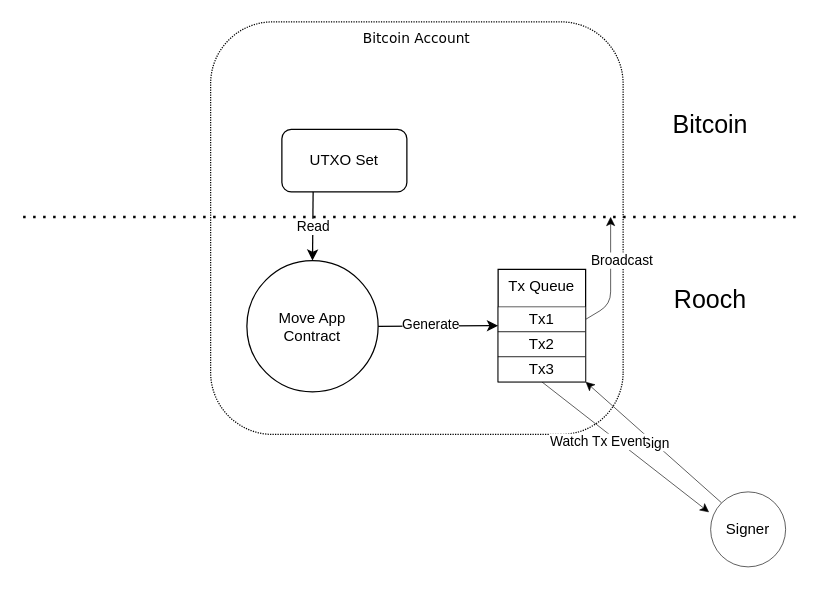
Above: page "Programmable Bitcoin account" (3 of 6) of docs/website/public/docs/bbsr.drawio in rooch-network/rooch (draw.io), before the change. Source tidied: cells renumbered, new cells numbered last; positions are measured from the earlier drawing's top-left corner, leaving out a move shared by most shapes. Both pictures are drawn from the tidied source at 125%, with x=0, y=0 at pixel (22, 21).
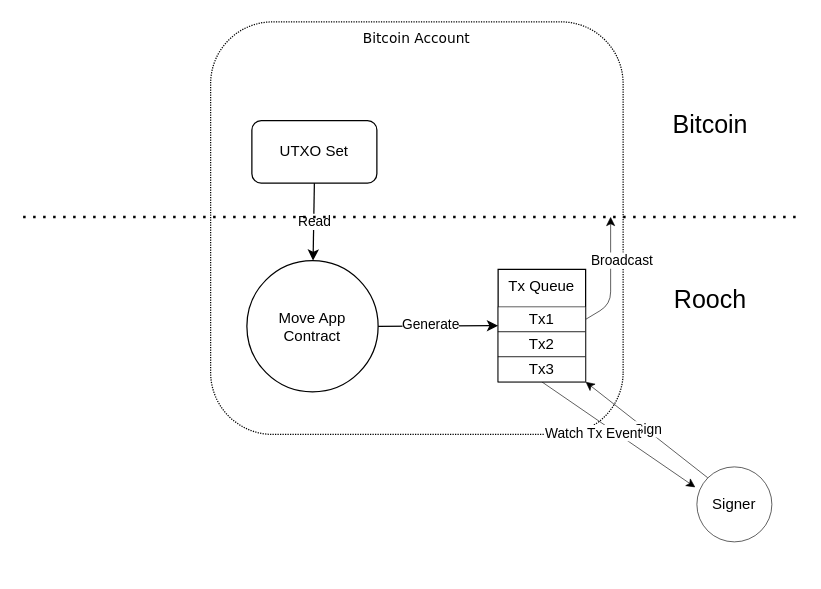
Above is the later version.

The change refers to these unchanged cells:
```xml
<mxCell id="6" value="Move App&lt;br&gt;Contract" style="ellipse;whiteSpace=wrap;html=1;fillColor=none;" parent="1" vertex="1">
  <mxGeometry x="179" y="191" width="105" height="105" as="geometry" />
</mxCell>
```

The edit, as a diff of the source:
```diff
@@
-    <mxCell id="7" style="edgeStyle=none;html=1;exitX=0.25;exitY=1;exitDx=0;exitDy=0;" parent="1" edge="1" source="9" target="6">
+    <mxCell id="7" style="edgeStyle=none;html=1;exitX=0.5;exitY=1;exitDx=0;exitDy=0;" parent="1" edge="1" source="9" target="6">
       <mxGeometry relative="1" as="geometry" />
     </mxCell>
@@
     <mxCell id="9" value="UTXO Set" style="rounded=1;whiteSpace=wrap;html=1;fillColor=none;" parent="1" vertex="1">
-      <mxGeometry x="207" y="86" width="100" height="50" as="geometry" />
+      <mxGeometry x="183" y="79" width="100" height="50" as="geometry" />
     </mxCell>
@@
     <mxCell id="15" value="Signer" style="ellipse;whiteSpace=wrap;html=1;strokeWidth=0.5;" parent="1" vertex="1">
-      <mxGeometry x="550" y="376" width="60" height="60" as="geometry" />
+      <mxGeometry x="539" y="356" width="60" height="60" as="geometry" />
     </mxCell>
```
